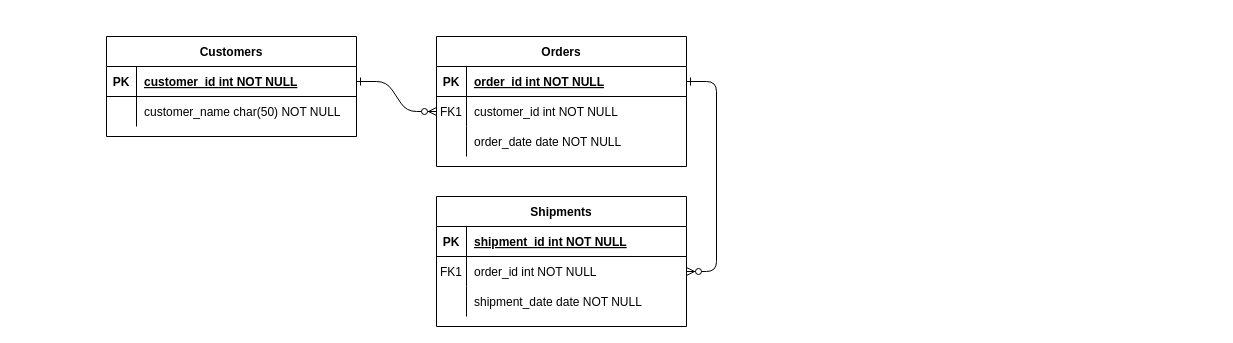
satohirok/twitter_clone_ER keeps this draw.io diagram as rose.drawio. Above is the earlier version. Source tidied: cells renumbered, new cells numbered last; positions are measured from the earlier drawing's top-left corner, leaving out a move shared by most shapes. Both pictures are drawn from the tidied source at 100%, with x=0, y=0 at pixel (106, 36).
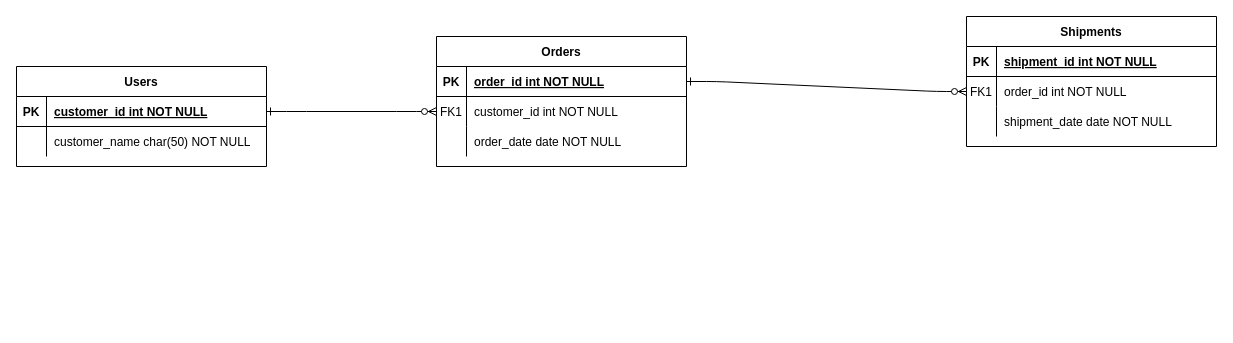
Above is the later version.

Commit message (it also covers changes not shown here):
rose.drawio を更新します

What changed in the source:
```diff
@@
     <mxCell id="14" value="Shipments" style="shape=table;startSize=30;childLayout=tableLayout;rowLines=0;fontStyle=1;align=center;" parent="1" vertex="1">
-      <mxGeometry x="330" y="160" width="250" height="130" as="geometry" />
+      <mxGeometry x="860" y="-20" width="250" height="130" as="geometry" />
     </mxCell>
@@
-    <mxCell id="24" value="Customers" style="shape=table;startSize=30;childLayout=tableLayout;rowLines=0;fontStyle=1;align=center;" parent="1" vertex="1">
-      <mxGeometry width="250" height="100" as="geometry" />
+    <mxCell id="24" value="Users" style="shape=table;startSize=30;childLayout=tableLayout;rowLines=0;fontStyle=1;align=center;" parent="1" vertex="1">
+      <mxGeometry x="-90" y="30" width="250" height="100" as="geometry" />
     </mxCell>
```
